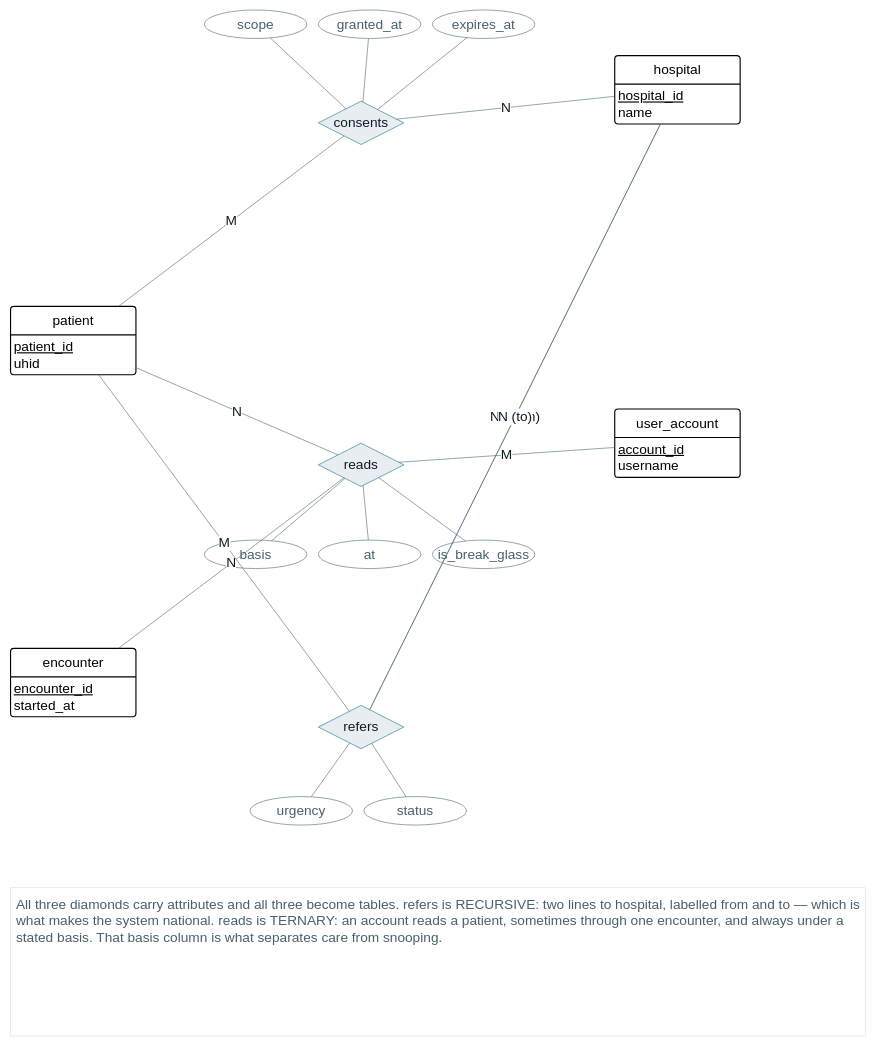
Above: page "5 · Consent, audit & referral" (5 of 6) of docs/er-diagrams/uhid-er-chen-boxed.drawio in NoboIshraque/hospital-management-system (draw.io), before the change. Source tidied: cells renumbered, new cells numbered last; positions are measured from the earlier drawing's top-left corner, leaving out a move shared by most shapes. Both pictures are drawn from the tidied source at 57%, with x=0, y=0 at pixel (10, 10).
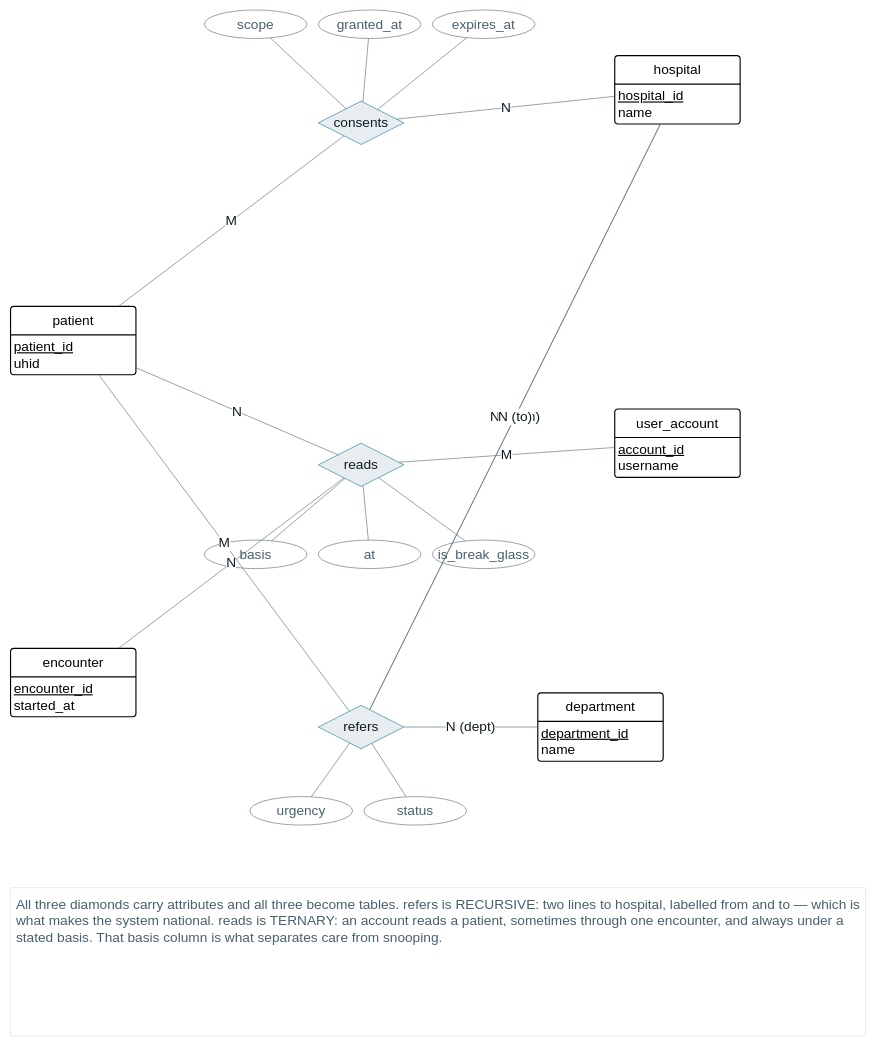
After the change.

The change refers to these unchanged cells:
```xml
<mxCell id="12" value="refers" style="rhombus;whiteSpace=wrap;html=1;fillColor=#E7EDF0;strokeColor=#0E6E8C;fontColor=#0E1B22;fontSize=24;" parent="1" vertex="1">
  <mxGeometry x="540" y="1220" width="150" height="76" as="geometry" />
</mxCell>
```

Diff of the diagram source:
```diff
@@
+    <mxCell id="38" value="department" style="swimlane;horizontal=1;startSize=50;rounded=1;fontSize=24;fontStyle=0;strokeWidth=2;shadow=0;dashed=0;align=center;arcSize=4;whiteSpace=wrap;html=1;" parent="1" vertex="1">
+      <mxGeometry x="925" y="1198" width="220" height="120" as="geometry" />
+    </mxCell>
+    <mxCell id="39" value="&lt;u&gt;department_id&lt;/u&gt;&lt;div&gt;name&lt;/div&gt;" style="align=left;strokeColor=none;fillColor=none;spacingLeft=4;spacingRight=4;fontSize=24;verticalAlign=top;html=1;whiteSpace=wrap;" parent="38" vertex="1">
+      <mxGeometry y="50" width="220" height="70" as="geometry" />
+    </mxCell>
+    <mxCell id="40" value="N  (dept)" style="edgeStyle=none;html=1;endArrow=none;startArrow=none;strokeColor=#47606D;fontSize=24;fontColor=#0E1B22;labelBackgroundColor=#FFFFFF;" parent="1" edge="1" source="38" target="12">
+      <mxGeometry relative="1" as="geometry" />
+    </mxCell>
```
